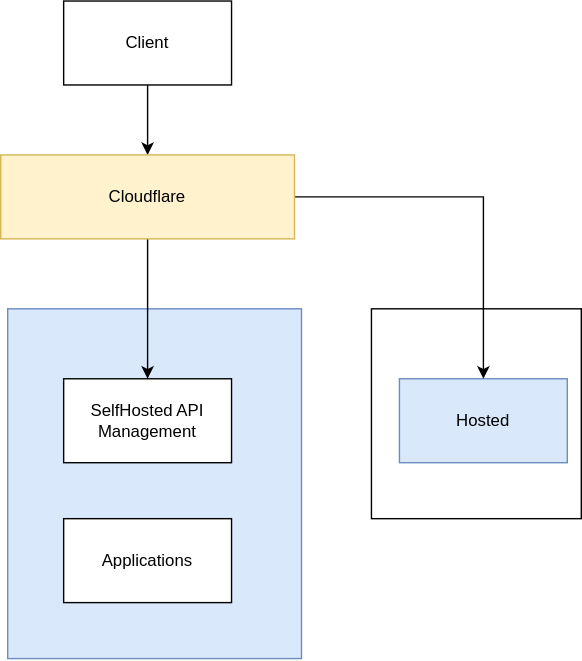
vjavle/invoicecloud keeps this draw.io diagram as apiroute.svg. Above is the earlier version. Source tidied: cells renumbered, new cells last; positions are measured from the earlier drawing's top-left corner, leaving out a move shared by most shapes. Its diagram source:
```xml
<mxGraphModel>
  <root>
    <mxCell id="0" />
    <mxCell id="1" parent="0" />
    <mxCell id="2" style="rounded=0;whiteSpace=wrap;html=1;" parent="1" vertex="1">
      <mxGeometry x="265" y="220" width="150" height="150" as="geometry" />
    </mxCell>
    <mxCell id="3" style="rounded=0;whiteSpace=wrap;html=1;fillColor=#dae8fc;strokeColor=#6c8ebf;" parent="1" vertex="1">
      <mxGeometry x="5" y="220" width="210" height="250" as="geometry" />
    </mxCell>
    <mxCell id="4" value="SelfHosted API Management" style="rounded=0;whiteSpace=wrap;html=1;" parent="1" vertex="1">
      <mxGeometry x="45" y="270" width="120" height="60" as="geometry" />
    </mxCell>
    <mxCell id="5" value="Applications" style="rounded=0;whiteSpace=wrap;html=1;" parent="1" vertex="1">
      <mxGeometry x="45" y="370" width="120" height="60" as="geometry" />
    </mxCell>
    <mxCell id="6" style="edgeStyle=orthogonalEdgeStyle;rounded=0;jettySize=auto;html=1;entryX=0.5;entryY=0;entryDx=0;entryDy=0;" parent="1" edge="1" source="7" target="11">
      <mxGeometry relative="1" as="geometry" />
    </mxCell>
    <mxCell id="7" value="Client" style="rounded=0;whiteSpace=wrap;html=1;" parent="1" vertex="1">
      <mxGeometry x="45" width="120" height="60" as="geometry" />
    </mxCell>
    <mxCell id="8" value="Hosted" style="rounded=0;whiteSpace=wrap;html=1;fillColor=#dae8fc;strokeColor=#6c8ebf;" parent="1" vertex="1">
      <mxGeometry x="285" y="270" width="120" height="60" as="geometry" />
    </mxCell>
    <mxCell id="9" style="edgeStyle=orthogonalEdgeStyle;rounded=0;jettySize=auto;html=1;" parent="1" edge="1" source="11" target="8">
      <mxGeometry relative="1" as="geometry" />
    </mxCell>
    <mxCell id="10" style="edgeStyle=orthogonalEdgeStyle;rounded=0;jettySize=auto;html=1;" parent="1" edge="1" source="11" target="4">
      <mxGeometry relative="1" as="geometry" />
    </mxCell>
    <mxCell id="11" value="Cloudflare" style="rounded=0;whiteSpace=wrap;html=1;fillColor=#fff2cc;strokeColor=#d6b656;" parent="1" vertex="1">
      <mxGeometry y="110" width="210" height="60" as="geometry" />
    </mxCell>
  </root>
</mxGraphModel>
```
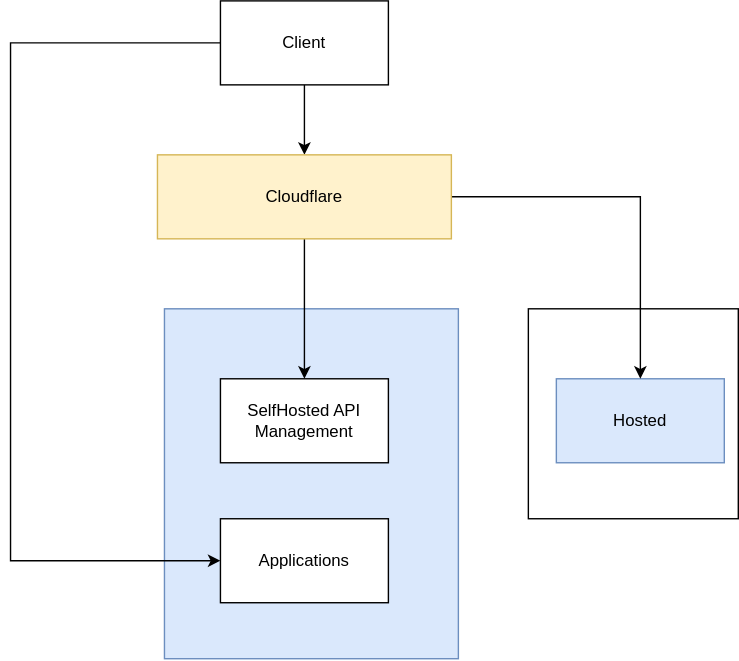
The same diagram one commit later.

What changed in the source:
```diff
@@ -17,6 +17,14 @@
     <mxCell id="6" style="edgeStyle=orthogonalEdgeStyle;rounded=0;jettySize=auto;html=1;entryX=0.5;entryY=0;entryDx=0;entryDy=0;" parent="1" edge="1" source="7" target="11">
       <mxGeometry relative="1" as="geometry" />
     </mxCell>
+    <mxCell id="12" style="edgeStyle=orthogonalEdgeStyle;rounded=0;jettySize=auto;html=1;entryX=0;entryY=0.5;entryDx=0;entryDy=0;" parent="1" edge="1" source="7" target="5">
+      <mxGeometry relative="1" as="geometry">
+        <Array as="points">
+          <mxPoint x="-105" y="30" />
+          <mxPoint x="-105" y="400" />
+        </Array>
+      </mxGeometry>
+    </mxCell>
     <mxCell id="7" value="Client" style="rounded=0;whiteSpace=wrap;html=1;" parent="1" vertex="1">
       <mxGeometry x="45" width="120" height="60" as="geometry" />
     </mxCell>
```
